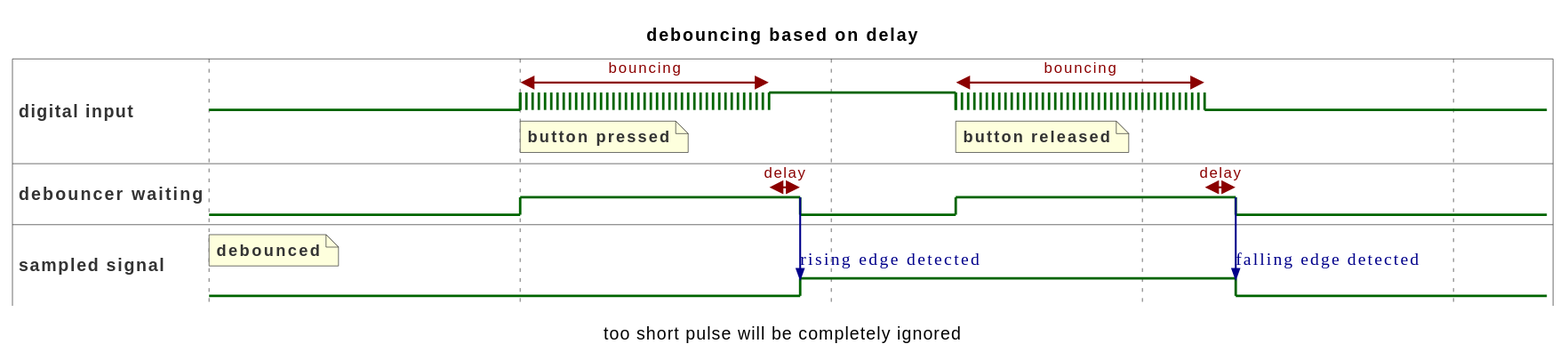
Above: feature/113-fix-debouncing-algorithm-with-FreeRTOS/inline_umlgraph_4.svg in dhebbeker/task-tracker (PlantUML), before the change.
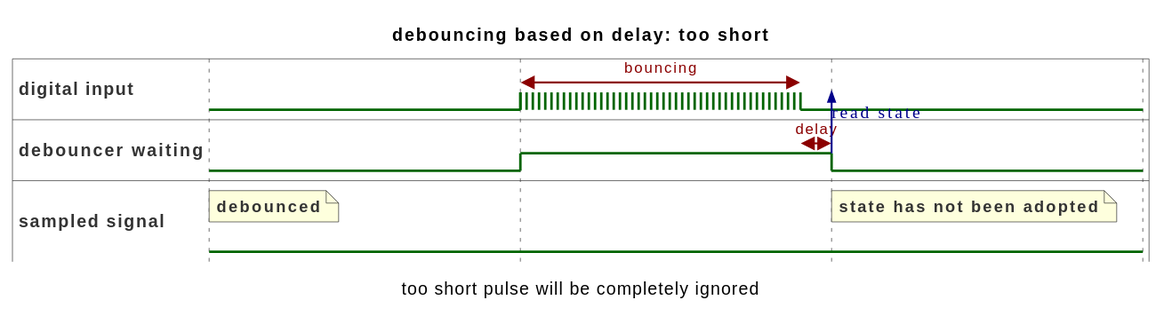
After the commit.

Change to the diagram source:
```diff
@@ -1,5 +1,5 @@
 @startuml
-title debouncing based on delay
+title debouncing based on delay: too short
 caption too short pulse will be completely ignored
 hide time-axis
 scale 1 as 250 pixels
@@ -14,25 +14,12 @@
 @+1
 D is {low,high}
 W is high
-note bottom of D : button pressed
-D@+0 <-> @+0.8 : bouncing
-@+0.8
-W@+0 <-> @+0.1 : delay
-D is high
-@+0.1
-W is low
-W -> B : rising edge detected
-B is high
-@+0.5
-note bottom of D : button released
-D is {low,high}
-W is high
-D@+0 <-> @+0.8 : bouncing
-@+0.8
+D@+0 <-> @+0.9 : bouncing
+@+0.9
 D is low
 W@+0 <-> @+0.1 : delay
 @+0.1
+W -> D : read state
 W is low
-W -> B : falling edge detected
-B is low
+note top of B : state has not been adopted
 @enduml
```
